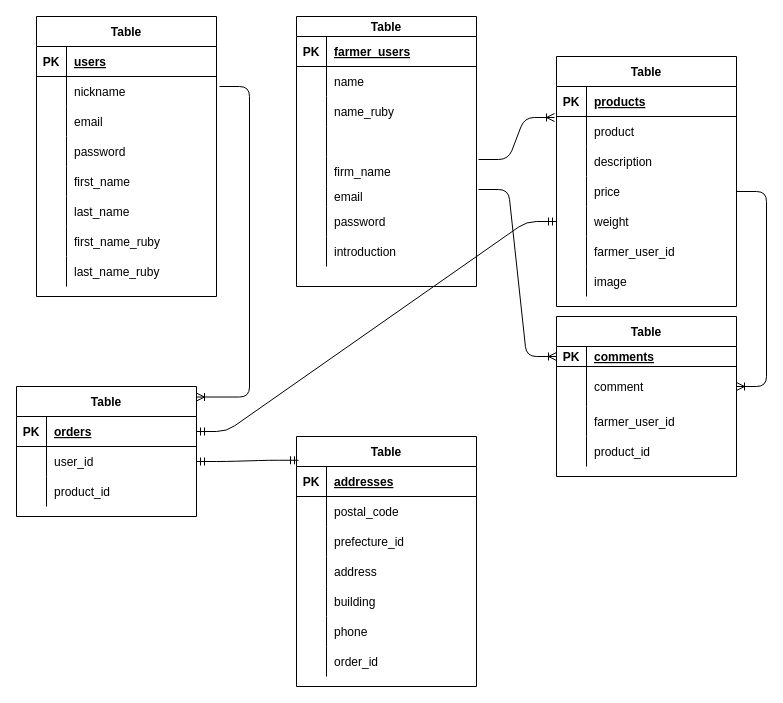
Bulkgi/agrib keeps this draw.io diagram as agrib.dio. Above is the earlier version. Source tidied: cells renumbered, new cells numbered last; positions are measured from the earlier drawing's top-left corner, leaving out a move shared by most shapes. Both pictures are drawn from the tidied source at 100%, with x=0, y=0 at pixel (16, 16).
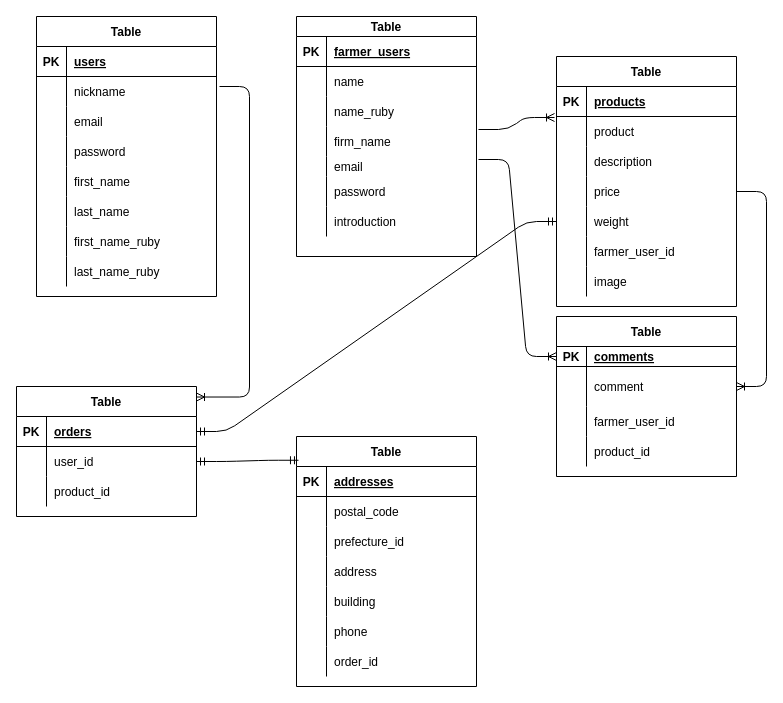
The same page after the edit.

Change to the diagram source:
```diff
@@
     <mxCell id="27" value="Table" style="shape=table;startSize=20;childLayout=tableLayout;rowLines=0;fontStyle=1;align=center;" parent="1" vertex="1">
-      <mxGeometry x="280" width="180" height="270" as="geometry" />
+      <mxGeometry x="280" width="180" height="240" as="geometry" />
     </mxCell>
@@
-    <mxCell id="37" style="shape=partialRectangle;fillColor=none;top=0;left=0;bottom=0;right=0;" parent="27" vertex="1">
-      <mxGeometry y="110" width="180" height="30" as="geometry" />
-    </mxCell>
-    <mxCell id="38" style="shape=partialRectangle;fillColor=none;top=0;left=0;bottom=0;right=0;overflow=hidden;" parent="37" vertex="1">
-      <mxGeometry width="30" height="30" as="geometry" />
-    </mxCell>
-    <mxCell id="39" style="shape=partialRectangle;fillColor=none;top=0;left=0;bottom=0;right=0;align=left;spacingLeft=6;overflow=hidden;" parent="37" vertex="1">
-      <mxGeometry x="30" width="150" height="30" as="geometry" />
-    </mxCell>
     <mxCell id="40" style="shape=partialRectangle;fillColor=none;top=0;left=0;bottom=0;right=0;points=[[0,0.5],[1,0.5]];portConstraint=eastwest;" parent="27" vertex="1">
-      <mxGeometry y="140" width="180" height="30" as="geometry" />
+      <mxGeometry y="110" width="180" height="30" as="geometry" />
     </mxCell>
@@
     <mxCell id="43" style="shape=partialRectangle;fillColor=none;top=0;left=0;bottom=0;right=0;points=[[0,0.5],[1,0.5]];portConstraint=eastwest;" parent="27" vertex="1">
-      <mxGeometry y="170" width="180" height="20" as="geometry" />
+      <mxGeometry y="140" width="180" height="20" as="geometry" />
     </mxCell>
@@
     <mxCell id="46" style="shape=partialRectangle;fillColor=none;top=0;left=0;bottom=0;right=0;" parent="27" vertex="1">
-      <mxGeometry y="190" width="180" height="30" as="geometry" />
+      <mxGeometry y="160" width="180" height="30" as="geometry" />
     </mxCell>
@@
     <mxCell id="49" style="shape=partialRectangle;fillColor=none;top=0;left=0;bottom=0;right=0;" parent="27" vertex="1">
-      <mxGeometry y="220" width="180" height="30" as="geometry" />
+      <mxGeometry y="190" width="180" height="30" as="geometry" />
     </mxCell>
```
